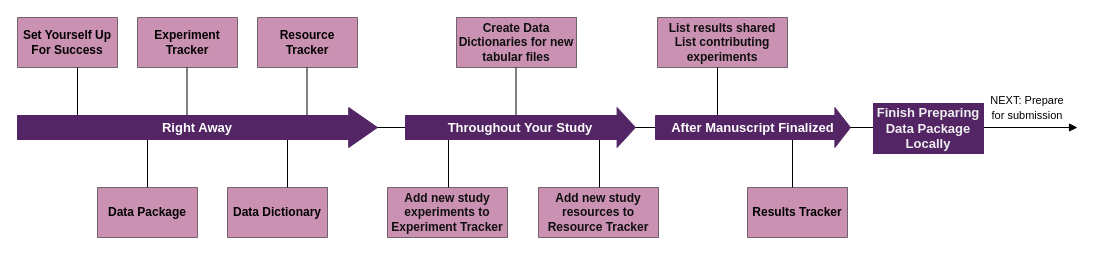
norc-heal/heal-data-pkg-guide keeps this draw.io diagram as docs/fit/best-fit-recs/assets/early-res-stand-new.drawio. Above is the earlier version. Source tidied: cells renumbered, new cells numbered last; positions are measured from the earlier drawing's top-left corner, leaving out a move shared by most shapes. Both pictures are drawn from the tidied source at 100%, with x=0, y=0 at pixel (17, 17).
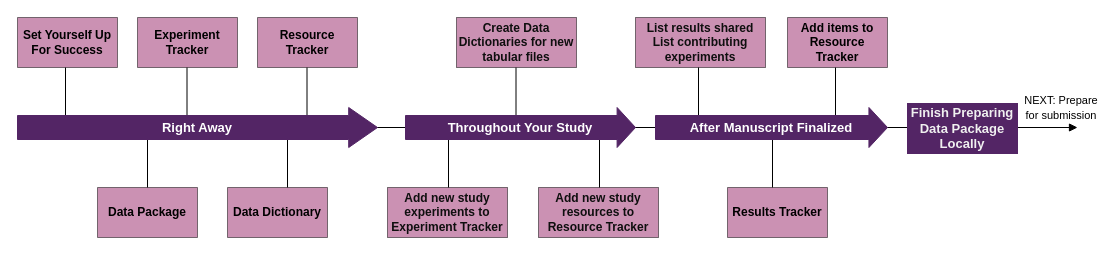
After the change.

What changed in the source:
```diff
@@
+    <mxCell id="28" style="endArrow=none;html=1;fontColor=#0F0F0F;rounded=0;" parent="1" edge="1">
+      <mxGeometry relative="1" as="geometry">
+        <mxPoint x="818" y="50" as="sourcePoint" />
+        <mxPoint x="818" y="110" as="targetPoint" />
+      </mxGeometry>
+    </mxCell>
     <mxCell id="2" style="endArrow=none;html=1;fontColor=#0F0F0F;rounded=0;" parent="1" edge="1">
       <mxGeometry relative="1" as="geometry">
-        <mxPoint x="775" y="110" as="sourcePoint" />
-        <mxPoint x="775" y="170" as="targetPoint" />
+        <mxPoint x="755" y="110" as="sourcePoint" />
+        <mxPoint x="755" y="170" as="targetPoint" />
       </mxGeometry>
     </mxCell>
     <mxCell id="3" value="&lt;font style=&quot;font-size: 11px;&quot;&gt;NEXT: Prepare for submission&lt;/font&gt;" style="rounded=0;whiteSpace=wrap;html=1;strokeColor=none;" parent="1" vertex="1">
-      <mxGeometry x="970" y="70" width="80" height="40" as="geometry" />
+      <mxGeometry x="1004" y="70" width="80" height="40" as="geometry" />
     </mxCell>
@@
     <mxCell id="5" value="Finish Preparing Data Package Locally" style="rounded=0;whiteSpace=wrap;html=1;fillColor=#532565;fontColor=#F0F0F0;fontStyle=1;glass=0;fontSize=13;strokeColor=#532565;" parent="1" vertex="1">
-      <mxGeometry x="856" y="86" width="110" height="50" as="geometry" />
+      <mxGeometry x="890" y="86" width="110" height="50" as="geometry" />
     </mxCell>
     <mxCell id="6" value="List results shared&lt;br&gt;List contributing experiments" style="rounded=0;whiteSpace=wrap;html=1;fillColor=#982568;fontColor=#0F0F0F;fontStyle=1;opacity=50;" parent="1" vertex="1">
-      <mxGeometry x="640" width="130" height="50" as="geometry" />
+      <mxGeometry x="618" width="130" height="50" as="geometry" />
     </mxCell>
@@
     <mxCell id="10" style="endArrow=none;html=1;fontColor=#0F0F0F;rounded=0;" parent="1" edge="1">
       <mxGeometry relative="1" as="geometry">
-        <mxPoint x="700" y="50" as="sourcePoint" />
-        <mxPoint x="700" y="110" as="targetPoint" />
+        <mxPoint x="681" y="50" as="sourcePoint" />
+        <mxPoint x="681" y="110" as="targetPoint" />
       </mxGeometry>
     </mxCell>
@@
     <mxCell id="13" value="&lt;b&gt;Results Tracker&lt;/b&gt;" style="swimlane;fontStyle=0;horizontal=1;startSize=50;whiteSpace=wrap;html=1;rounded=0;shadow=0;glass=0;fillColor=#982568;gradientColor=none;gradientDirection=radial;opacity=50;" parent="1" vertex="1" collapsed="1">
-      <mxGeometry x="730" y="170" width="100" height="50" as="geometry" />
+      <mxGeometry x="710" y="170" width="100" height="50" as="geometry" />
     </mxCell>
@@
     <mxCell id="15" style="endArrow=none;html=1;fontColor=#0F0F0F;rounded=0;" parent="1" edge="1">
       <mxGeometry relative="1" as="geometry">
-        <mxPoint x="60" y="50" as="sourcePoint" />
-        <mxPoint x="60" y="110" as="targetPoint" />
+        <mxPoint x="48" y="50" as="sourcePoint" />
+        <mxPoint x="48" y="110" as="targetPoint" />
       </mxGeometry>
     </mxCell>
@@
     <mxCell id="24" value="&lt;font color=&quot;#ffffff&quot; style=&quot;font-size: 13px;&quot;&gt;&lt;b style=&quot;font-size: 13px;&quot;&gt;After Manuscript Finalized&lt;/b&gt;&lt;/font&gt;" style="shape=singleArrow;whiteSpace=wrap;html=1;arrowWidth=0.6;arrowSize=0.08;fillColor=#532565;strokeColor=#532565;fontSize=13;labelBorderColor=none;" parent="1" vertex="1">
-      <mxGeometry x="638" y="90" width="195" height="40" as="geometry" />
+      <mxGeometry x="638" y="90" width="232" height="40" as="geometry" />
     </mxCell>
-    <mxCell id="25" value="&lt;b&gt;Resource Tracker&lt;/b&gt;" style="swimlane;fontStyle=0;horizontal=1;startSize=50;whiteSpace=wrap;html=1;rounded=0;shadow=0;glass=0;fillColor=#982568;gradientColor=none;gradientDirection=radial;opacity=50;swimlaneLine=1;" parent="1" vertex="1" collapsed="1">
-      <mxGeometry x="240" width="100" height="50" as="geometry" />
+    <mxCell id="25" value="&lt;b&gt;Add items to Resource Tracker&lt;/b&gt;" style="swimlane;fontStyle=0;horizontal=1;startSize=50;whiteSpace=wrap;html=1;rounded=0;shadow=0;glass=0;fillColor=#982568;gradientColor=none;gradientDirection=radial;opacity=50;swimlaneLine=1;" parent="1" vertex="1" collapsed="1">
+      <mxGeometry x="770" width="100" height="50" as="geometry" />
     </mxCell>
@@
+    <mxCell id="29" value="&lt;b&gt;Resource Tracker&lt;/b&gt;" style="swimlane;fontStyle=0;horizontal=1;startSize=50;whiteSpace=wrap;html=1;rounded=0;shadow=0;glass=0;fillColor=#982568;gradientColor=none;gradientDirection=radial;opacity=50;" parent="1" vertex="1" collapsed="1">
+      <mxGeometry x="240" width="100" height="50" as="geometry" />
+    </mxCell>
```
